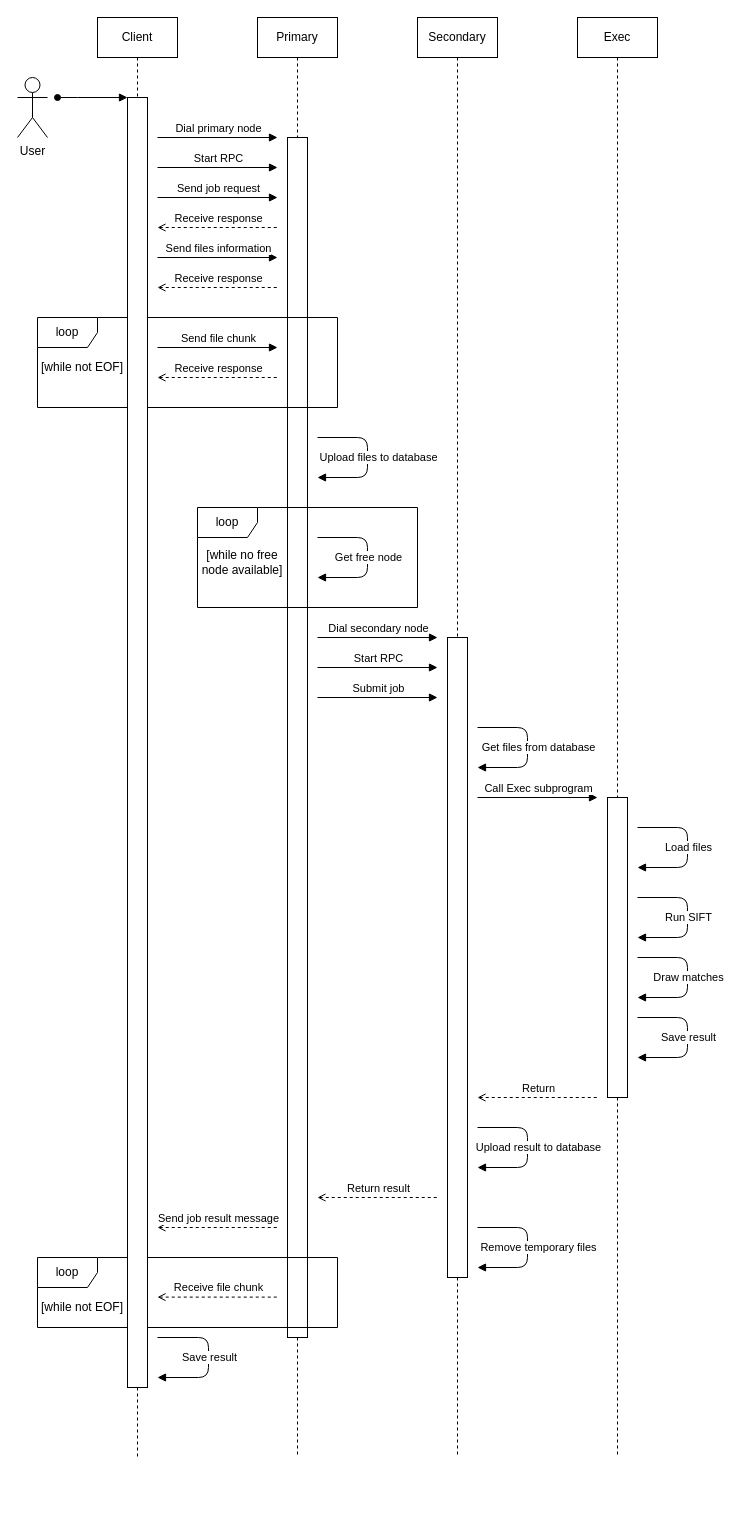
Earlier version of the draw.io diagram docs/uml/sequence/job_rpc_sequence_diagram.drawio (Shanduur/dsim). Source tidied: cells renumbered, new cells numbered last; positions are measured from the earlier drawing's top-left corner, leaving out a move shared by most shapes. Both pictures are drawn from the tidied source at 100%, with x=0, y=0 at pixel (17, 17).
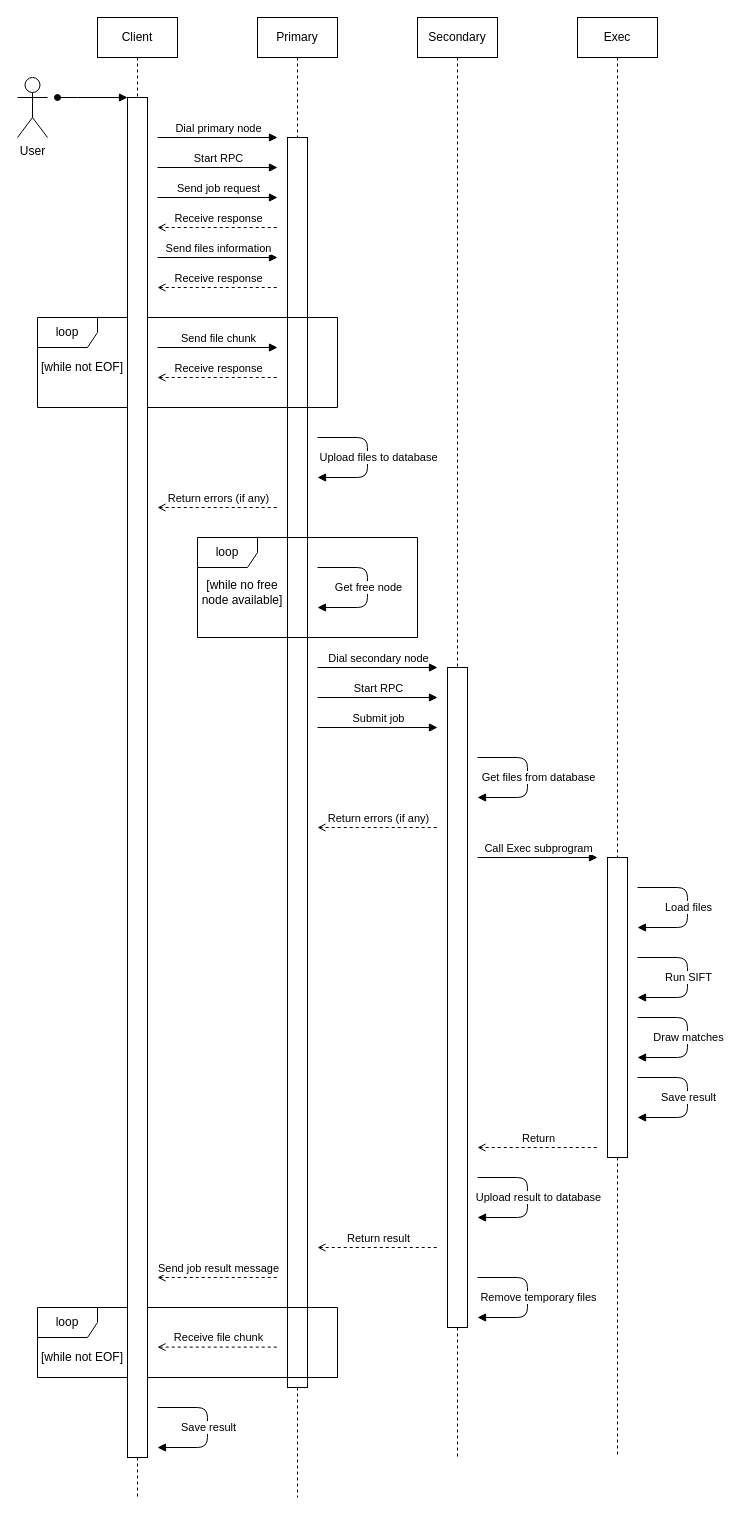
After the change.

Commit message:
fix: added errors to job rpc sequence diagram

What changed in the source:
```diff
@@
     <mxCell id="4" style="edgeStyle=orthogonalEdgeStyle;rounded=0;jettySize=auto;html=1;dashed=1;endArrow=none;endFill=0;" parent="1" edge="1" source="54">
       <mxGeometry relative="1" as="geometry">
-        <mxPoint x="120" y="1440" as="targetPoint" />
+        <mxPoint x="120" y="1480.9" as="targetPoint" />
       </mxGeometry>
     </mxCell>
@@
     <mxCell id="6" style="edgeStyle=orthogonalEdgeStyle;rounded=0;jettySize=auto;html=1;dashed=1;endArrow=none;endFill=0;" parent="1" edge="1" source="9">
       <mxGeometry relative="1" as="geometry">
-        <mxPoint x="280" y="1440" as="targetPoint" />
+        <mxPoint x="280" y="1480" as="targetPoint" />
       </mxGeometry>
     </mxCell>
@@
     <mxCell id="9" style="rounded=0;whiteSpace=wrap;html=1;" parent="1" vertex="1">
-      <mxGeometry x="270" y="120" width="20" height="1200" as="geometry" />
+      <mxGeometry x="270" y="120" width="20" height="1250" as="geometry" />
     </mxCell>
@@
     <mxCell id="12" style="rounded=0;whiteSpace=wrap;html=1;" parent="1" vertex="1">
-      <mxGeometry x="430" y="620" width="20" height="640" as="geometry" />
+      <mxGeometry x="430" y="650" width="20" height="660" as="geometry" />
     </mxCell>
@@
     <mxCell id="32" value="loop" style="shape=umlFrame;whiteSpace=wrap;html=1;" parent="1" vertex="1">
-      <mxGeometry x="20" y="1240" width="300" height="70" as="geometry" />
+      <mxGeometry x="20" y="1290" width="300" height="70" as="geometry" />
     </mxCell>
@@
     <mxCell id="36" style="endArrow=block;html=1;endFill=1;" parent="1" edge="1">
       <mxGeometry relative="1" as="geometry">
-        <mxPoint x="140" y="1320" as="sourcePoint" />
-        <mxPoint x="140" y="1360" as="targetPoint" />
+        <mxPoint x="140" y="1390" as="sourcePoint" />
+        <mxPoint x="140" y="1430" as="targetPoint" />
         <Array as="points">
-          <mxPoint x="191" y="1320" />
-          <mxPoint x="191" y="1360" />
+          <mxPoint x="190" y="1390" />
+          <mxPoint x="190" y="1430" />
         </Array>
       </mxGeometry>
     </mxCell>
@@
     <mxCell id="40" value="loop" style="shape=umlFrame;whiteSpace=wrap;html=1;" parent="1" vertex="1">
-      <mxGeometry x="180" y="490" width="220" height="100" as="geometry" />
+      <mxGeometry x="180" y="520" width="220" height="100" as="geometry" />
     </mxCell>
@@
     <mxCell id="44" style="endArrow=block;html=1;endFill=1;" parent="1" edge="1">
       <mxGeometry relative="1" as="geometry">
-        <mxPoint x="300" y="620" as="sourcePoint" />
-        <mxPoint x="420" y="620" as="targetPoint" />
+        <mxPoint x="300" y="650" as="sourcePoint" />
+        <mxPoint x="420" y="650" as="targetPoint" />
       </mxGeometry>
     </mxCell>
@@
     <mxCell id="46" style="endArrow=block;html=1;endFill=1;" parent="1" edge="1">
       <mxGeometry relative="1" as="geometry">
-        <mxPoint x="300" y="650" as="sourcePoint" />
-        <mxPoint x="420" y="650" as="targetPoint" />
+        <mxPoint x="300" y="680" as="sourcePoint" />
+        <mxPoint x="420" y="680" as="targetPoint" />
       </mxGeometry>
     </mxCell>
@@
     <mxCell id="48" style="endArrow=block;html=1;endFill=1;" parent="1" edge="1">
       <mxGeometry relative="1" as="geometry">
-        <mxPoint x="300" y="680" as="sourcePoint" />
-        <mxPoint x="420" y="680" as="targetPoint" />
+        <mxPoint x="300" y="710" as="sourcePoint" />
+        <mxPoint x="420" y="710" as="targetPoint" />
       </mxGeometry>
     </mxCell>
@@
     <mxCell id="50" style="endArrow=none;html=1;endFill=0;startArrow=open;startFill=0;dashed=1;" parent="1" edge="1">
       <mxGeometry relative="1" as="geometry">
-        <mxPoint x="140" y="1210" as="sourcePoint" />
-        <mxPoint x="260" y="1210" as="targetPoint" />
+        <mxPoint x="140" y="1260" as="sourcePoint" />
+        <mxPoint x="260" y="1260" as="targetPoint" />
       </mxGeometry>
     </mxCell>
@@
     <mxCell id="52" style="endArrow=none;html=1;endFill=0;startArrow=open;startFill=0;dashed=1;" parent="1" edge="1">
       <mxGeometry relative="1" as="geometry">
-        <mxPoint x="300" y="1180" as="sourcePoint" />
-        <mxPoint x="420" y="1180" as="targetPoint" />
+        <mxPoint x="300" y="1230" as="sourcePoint" />
+        <mxPoint x="420" y="1230" as="targetPoint" />
       </mxGeometry>
     </mxCell>
@@
     <mxCell id="54" style="rounded=0;whiteSpace=wrap;html=1;" parent="1" vertex="1">
-      <mxGeometry x="110" y="80" width="20" height="1290" as="geometry" />
+      <mxGeometry x="110" y="80" width="20" height="1360" as="geometry" />
     </mxCell>
@@
     <mxCell id="56" style="endArrow=block;html=1;endFill=1;" parent="1" edge="1">
       <mxGeometry relative="1" as="geometry">
-        <mxPoint x="460" y="710" as="sourcePoint" />
-        <mxPoint x="460" y="750" as="targetPoint" />
+        <mxPoint x="460" y="740" as="sourcePoint" />
+        <mxPoint x="460" y="780" as="targetPoint" />
         <Array as="points">
-          <mxPoint x="510" y="710" />
-          <mxPoint x="510" y="750" />
+          <mxPoint x="510" y="740" />
+          <mxPoint x="510" y="780" />
         </Array>
       </mxGeometry>
     </mxCell>
@@
     <mxCell id="60" style="rounded=0;whiteSpace=wrap;html=1;" parent="1" vertex="1">
-      <mxGeometry x="590" y="780" width="20" height="300" as="geometry" />
+      <mxGeometry x="590" y="840" width="20" height="300" as="geometry" />
     </mxCell>
@@
     <mxCell id="62" style="endArrow=block;html=1;endFill=1;" parent="1" edge="1">
       <mxGeometry relative="1" as="geometry">
-        <mxPoint x="460" y="780" as="sourcePoint" />
-        <mxPoint x="580" y="780" as="targetPoint" />
+        <mxPoint x="460" y="840" as="sourcePoint" />
+        <mxPoint x="580" y="840" as="targetPoint" />
       </mxGeometry>
     </mxCell>
@@
     <mxCell id="64" style="endArrow=block;html=1;endFill=1;" parent="1" edge="1">
       <mxGeometry relative="1" as="geometry">
-        <mxPoint x="620" y="810" as="sourcePoint" />
-        <mxPoint x="620" y="850" as="targetPoint" />
+        <mxPoint x="620" y="870" as="sourcePoint" />
+        <mxPoint x="620" y="910" as="targetPoint" />
         <Array as="points">
-          <mxPoint x="670" y="810" />
-          <mxPoint x="670" y="850" />
+          <mxPoint x="670" y="870" />
+          <mxPoint x="670" y="910" />
         </Array>
       </mxGeometry>
     </mxCell>
@@
     <mxCell id="66" style="endArrow=block;html=1;endFill=1;" parent="1" edge="1">
       <mxGeometry relative="1" as="geometry">
-        <mxPoint x="620" y="880" as="sourcePoint" />
-        <mxPoint x="620" y="920" as="targetPoint" />
+        <mxPoint x="620" y="940" as="sourcePoint" />
+        <mxPoint x="620" y="980" as="targetPoint" />
         <Array as="points">
-          <mxPoint x="670" y="880" />
-          <mxPoint x="670" y="920" />
+          <mxPoint x="670" y="940" />
+          <mxPoint x="670" y="980" />
         </Array>
       </mxGeometry>
     </mxCell>
@@
     <mxCell id="68" style="endArrow=block;html=1;endFill=1;" parent="1" edge="1">
       <mxGeometry relative="1" as="geometry">
-        <mxPoint x="620" y="940" as="sourcePoint" />
-        <mxPoint x="620" y="980" as="targetPoint" />
+        <mxPoint x="620" y="1000" as="sourcePoint" />
+        <mxPoint x="620" y="1040" as="targetPoint" />
         <Array as="points">
-          <mxPoint x="670" y="940" />
-          <mxPoint x="670" y="980" />
+          <mxPoint x="670" y="1000" />
+          <mxPoint x="670" y="1040" />
         </Array>
       </mxGeometry>
     </mxCell>
@@
     <mxCell id="70" style="endArrow=block;html=1;endFill=1;" parent="1" edge="1">
       <mxGeometry relative="1" as="geometry">
-        <mxPoint x="620" y="1000" as="sourcePoint" />
-        <mxPoint x="620" y="1040" as="targetPoint" />
+        <mxPoint x="620" y="1060" as="sourcePoint" />
+        <mxPoint x="620" y="1100" as="targetPoint" />
         <Array as="points">
-          <mxPoint x="670" y="1000" />
-          <mxPoint x="670" y="1040" />
+          <mxPoint x="670" y="1060" />
+          <mxPoint x="670" y="1100" />
         </Array>
       </mxGeometry>
     </mxCell>
@@
     <mxCell id="72" style="endArrow=none;html=1;endFill=0;startArrow=open;startFill=0;dashed=1;" parent="1" edge="1">
       <mxGeometry relative="1" as="geometry">
-        <mxPoint x="460" y="1080" as="sourcePoint" />
-        <mxPoint x="580" y="1080" as="targetPoint" />
+        <mxPoint x="460" y="1130" as="sourcePoint" />
+        <mxPoint x="580" y="1130" as="targetPoint" />
       </mxGeometry>
     </mxCell>
@@
     <mxCell id="74" style="endArrow=block;html=1;endFill=1;" parent="1" edge="1">
       <mxGeometry relative="1" as="geometry">
-        <mxPoint x="460" y="1110" as="sourcePoint" />
-        <mxPoint x="460" y="1150" as="targetPoint" />
+        <mxPoint x="460" y="1160" as="sourcePoint" />
+        <mxPoint x="460" y="1200" as="targetPoint" />
         <Array as="points">
-          <mxPoint x="510" y="1110" />
-          <mxPoint x="510" y="1150" />
+          <mxPoint x="510" y="1160" />
+          <mxPoint x="510" y="1200" />
         </Array>
       </mxGeometry>
     </mxCell>
@@
     <mxCell id="76" style="endArrow=block;html=1;endFill=1;" parent="1" edge="1">
       <mxGeometry relative="1" as="geometry">
-        <mxPoint x="460" y="1210" as="sourcePoint" />
-        <mxPoint x="460" y="1250" as="targetPoint" />
+        <mxPoint x="460" y="1260" as="sourcePoint" />
+        <mxPoint x="460" y="1300" as="targetPoint" />
         <Array as="points">
-          <mxPoint x="510" y="1210" />
-          <mxPoint x="510" y="1250" />
+          <mxPoint x="510" y="1260" />
+          <mxPoint x="510" y="1300" />
         </Array>
       </mxGeometry>
     </mxCell>
@@
+    <mxCell id="78" style="endArrow=none;html=1;endFill=0;startArrow=open;startFill=0;dashed=1;" parent="1" edge="1">
+      <mxGeometry relative="1" as="geometry">
+        <mxPoint x="140" y="490" as="sourcePoint" />
+        <mxPoint x="260" y="490" as="targetPoint" />
+      </mxGeometry>
+    </mxCell>
+    <mxCell id="79" value="Return errors (if any)" style="edgeLabel;html=1;align=center;verticalAlign=middle;" parent="78" vertex="1">
+      <mxGeometry x="-0.22" y="-1" relative="1" as="geometry">
+        <mxPoint x="13.3" y="-11" as="offset" />
+      </mxGeometry>
+    </mxCell>
+    <mxCell id="80" style="endArrow=none;html=1;endFill=0;startArrow=open;startFill=0;dashed=1;" parent="1" edge="1">
+      <mxGeometry relative="1" as="geometry">
+        <mxPoint x="300" y="810" as="sourcePoint" />
+        <mxPoint x="420" y="810" as="targetPoint" />
+      </mxGeometry>
+    </mxCell>
+    <mxCell id="81" value="Return errors (if any)" style="edgeLabel;html=1;align=center;verticalAlign=middle;" parent="80" vertex="1">
+      <mxGeometry x="-0.22" y="-1" relative="1" as="geometry">
+        <mxPoint x="13.3" y="-11" as="offset" />
+      </mxGeometry>
+    </mxCell>
```
